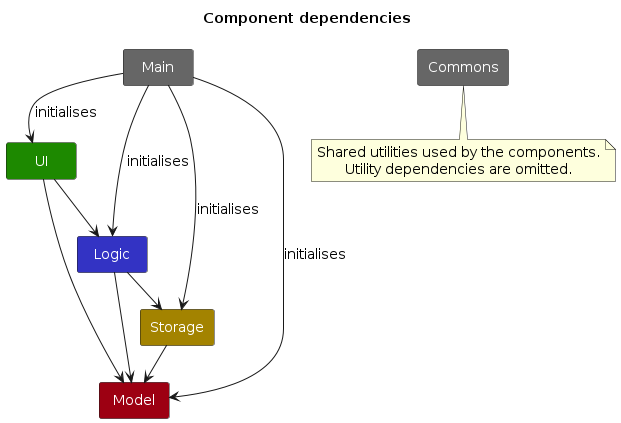
Earlier version of the PlantUML export diagrams/ArchitectureDiagram.png (AY2627S1-CS2103T-F12-1/tp). Its source is kept beside it as diagrams/ArchitectureDiagram.puml. The source it was exported from:
```plantuml
@startuml
!include style.puml
skinparam ArrowFontStyle plain

title Component dependencies
component Main #666666
component UI UI_COLOR
component Logic LOGIC_COLOR
component Model MODEL_COLOR
component Storage STORAGE_COLOR
component Commons #666666
Main --> UI : initialises
Main --> Logic : initialises
Main --> Model : initialises
Main --> Storage : initialises
UI --> Logic
UI --> Model
Logic --> Model
Logic --> Storage
Storage --> Model
note bottom of Commons
Shared utilities used by the components.
Utility dependencies are omitted.
end note
@enduml
```
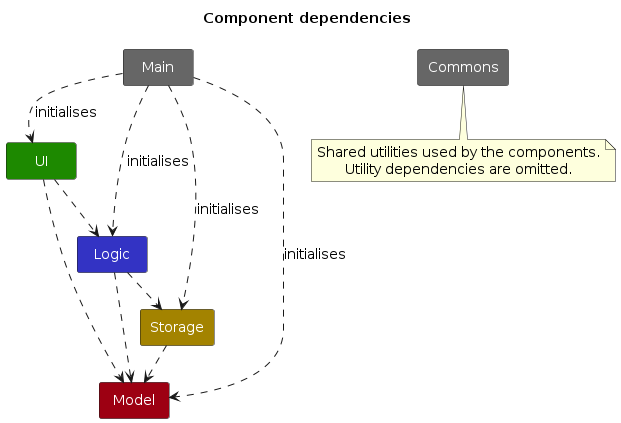
The same file after the commit.

What changed in the source:
```diff
@@ -9,15 +9,15 @@
 component Model MODEL_COLOR
 component Storage STORAGE_COLOR
 component Commons #666666
-Main --> UI : initialises
-Main --> Logic : initialises
-Main --> Model : initialises
-Main --> Storage : initialises
-UI --> Logic
-UI --> Model
-Logic --> Model
-Logic --> Storage
-Storage --> Model
+Main ..> UI : initialises
+Main ..> Logic : initialises
+Main ..> Model : initialises
+Main ..> Storage : initialises
+UI ..> Logic
+UI ..> Model
+Logic ..> Model
+Logic ..> Storage
+Storage ..> Model
 note bottom of Commons
 Shared utilities used by the components.
 Utility dependencies are omitted.
```
